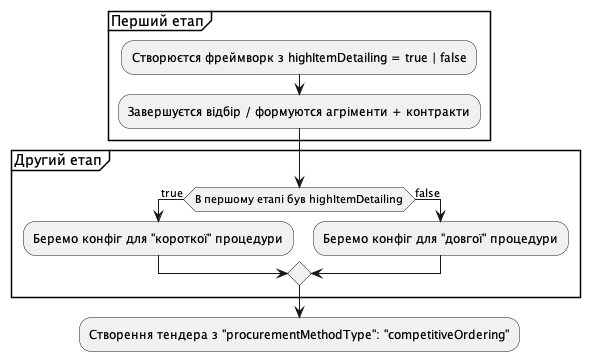
ProzorroUKR/openprocurement.api keeps this PlantUML diagram as docs/source/development/img/dps.png. Above is the earlier version.
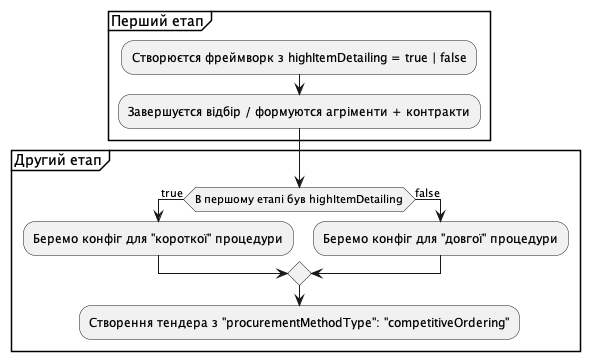
After the commit.

Commit message:
dps long vs short docs + diagram fix

Change to the diagram source:
```diff
@@ -17,9 +17,10 @@
         :Беремо конфіг для "довгої" процедури;
 
     endif
+    :Створення тендера з "procurementMethodType": "competitiveOrdering";
 }
 
-:Створення тендера з "procurementMethodType": "competitiveOrdering";
+
 
 
 
```
